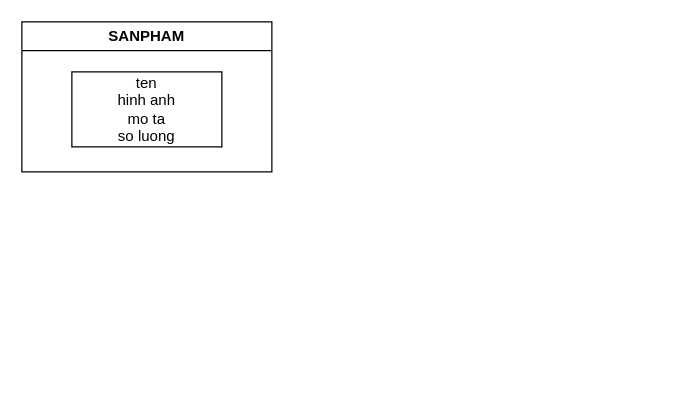
The draw.io diagram sanpham.drawio in frozenproof/dactaphanmem, before the edit. Source tidied: cells renumbered, new cells numbered last; positions are measured from the earlier drawing's top-left corner, leaving out a move shared by most shapes. Both pictures are drawn from the tidied source at 125%, with x=0, y=0 at pixel (21, 21).
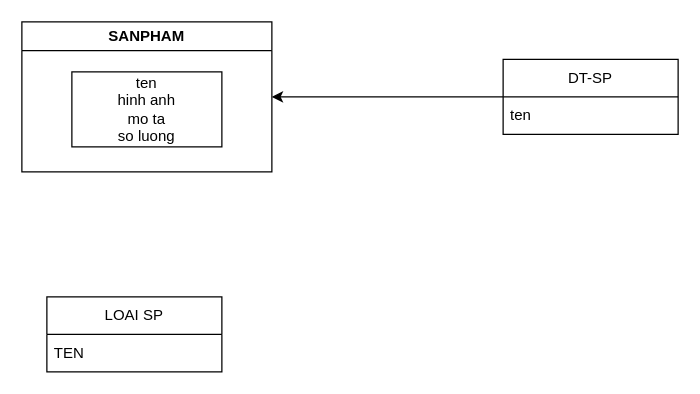
The same page after the edit.

The edit, as a diff of the source:
```diff
@@
 <mxGraphModel>
   <root>
     <mxCell id="0" />
     <mxCell id="1" parent="0" />
     <mxCell id="2" value="SANPHAM" style="swimlane;whiteSpace=wrap;html=1;" parent="1" vertex="1">
       <mxGeometry width="200" height="120" as="geometry" />
     </mxCell>
     <mxCell id="3" value="ten&lt;br&gt;hinh anh&lt;br&gt;mo ta&lt;br&gt;so luong" style="rounded=0;whiteSpace=wrap;html=1;" parent="2" vertex="1">
       <mxGeometry x="40" y="40" width="120" height="60" as="geometry" />
     </mxCell>
+    <mxCell id="4" style="edgeStyle=orthogonalEdgeStyle;rounded=0;jettySize=auto;html=1;entryX=1;entryY=0.5;entryDx=0;entryDy=0;" parent="1" edge="1" source="5" target="2">
+      <mxGeometry relative="1" as="geometry" />
+    </mxCell>
+    <mxCell id="5" value="DT-SP" style="swimlane;fontStyle=0;horizontal=1;startSize=30;whiteSpace=wrap;html=1;" parent="1" vertex="1">
+      <mxGeometry x="385" y="30" width="140" height="60" as="geometry" />
+    </mxCell>
+    <mxCell id="6" value="ten" style="text;strokeColor=none;fillColor=none;align=left;verticalAlign=middle;spacingLeft=4;spacingRight=4;overflow=hidden;whiteSpace=wrap;html=1;" parent="5" vertex="1">
+      <mxGeometry y="30" width="140" height="30" as="geometry" />
+    </mxCell>
+    <mxCell id="7" value="LOAI SP" style="swimlane;fontStyle=0;horizontal=1;startSize=30;whiteSpace=wrap;html=1;" parent="1" vertex="1">
+      <mxGeometry x="20" y="220" width="140" height="60" as="geometry" />
+    </mxCell>
+    <mxCell id="8" value="TEN" style="text;strokeColor=none;fillColor=none;align=left;verticalAlign=middle;spacingLeft=4;spacingRight=4;overflow=hidden;whiteSpace=wrap;html=1;" parent="7" vertex="1">
+      <mxGeometry y="30" width="140" height="30" as="geometry" />
+    </mxCell>
   </root>
 </mxGraphModel>
```
